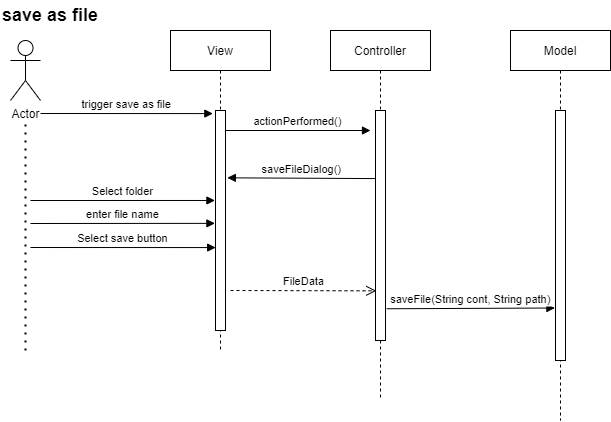
The draw.io diagram Laboration1/UML/design/saveAsFile.drawio.png in Johanced/2021-isgc08-Cederhag, before a commit. Source tidied: cells renumbered, new cells last; positions are measured from the earlier drawing's top-left corner, leaving out a move shared by most shapes. The source it was exported from:
```xml
<mxGraphModel>
  <root>
    <mxCell id="0" />
    <mxCell id="1" parent="0" />
    <mxCell id="2" value="Controller" style="shape=umlLifeline;perimeter=lifelinePerimeter;rounded=0;shadow=0;strokeWidth=1;" parent="1" vertex="1">
      <mxGeometry x="330" y="30" width="100" height="370" as="geometry" />
    </mxCell>
    <mxCell id="3" style="points=[];perimeter=orthogonalPerimeter;rounded=0;shadow=0;strokeWidth=1;" parent="2" vertex="1">
      <mxGeometry x="45" y="80" width="10" height="230" as="geometry" />
    </mxCell>
    <mxCell id="4" value="actionPerformed()" style="verticalAlign=bottom;endArrow=block;shadow=0;strokeWidth=1;" parent="2" edge="1">
      <mxGeometry relative="1" as="geometry">
        <mxPoint x="-105" y="100" as="sourcePoint" />
        <mxPoint x="40" y="100" as="targetPoint" />
      </mxGeometry>
    </mxCell>
    <mxCell id="5" value="enter file name" style="verticalAlign=bottom;endArrow=block;shadow=0;strokeWidth=1;entryX=-0.059;entryY=0.513;entryDx=0;entryDy=0;entryPerimeter=0;" parent="2" edge="1" target="12">
      <mxGeometry relative="1" as="geometry">
        <mxPoint x="-300" y="193" as="sourcePoint" />
      </mxGeometry>
    </mxCell>
    <mxCell id="6" value="Model" style="shape=umlLifeline;perimeter=lifelinePerimeter;rounded=0;shadow=0;strokeWidth=1;" parent="1" vertex="1">
      <mxGeometry x="510" y="30" width="100" height="390" as="geometry" />
    </mxCell>
    <mxCell id="7" style="points=[];perimeter=orthogonalPerimeter;rounded=0;shadow=0;strokeWidth=1;" parent="6" vertex="1">
      <mxGeometry x="45" y="80" width="10" height="250" as="geometry" />
    </mxCell>
    <mxCell id="8" value="saveFileDialog()" style="verticalAlign=bottom;endArrow=block;shadow=0;strokeWidth=1;entryX=1.183;entryY=0.306;entryDx=0;entryDy=0;entryPerimeter=0;exitX=0.01;exitY=0.296;exitDx=0;exitDy=0;exitPerimeter=0;" parent="1" edge="1" source="3" target="12">
      <mxGeometry relative="1" as="geometry" />
    </mxCell>
    <mxCell id="9" value="Actor" style="shape=umlActor;verticalLabelPosition=bottom;verticalAlign=top;html=1;" parent="1" vertex="1">
      <mxGeometry x="10" y="40" width="30" height="60" as="geometry" />
    </mxCell>
    <mxCell id="10" value="trigger save as file" style="verticalAlign=bottom;endArrow=block;entryX=-0.266;entryY=0.014;shadow=0;strokeWidth=1;entryDx=0;entryDy=0;entryPerimeter=0;" parent="1" edge="1" target="12">
      <mxGeometry relative="1" as="geometry">
        <mxPoint x="40" y="113" as="sourcePoint" />
      </mxGeometry>
    </mxCell>
    <mxCell id="11" value="View" style="shape=umlLifeline;perimeter=lifelinePerimeter;rounded=0;shadow=0;strokeWidth=1;" parent="1" vertex="1">
      <mxGeometry x="170" y="30" width="100" height="320" as="geometry" />
    </mxCell>
    <mxCell id="12" style="points=[];perimeter=orthogonalPerimeter;rounded=0;shadow=0;strokeWidth=1;" parent="11" vertex="1">
      <mxGeometry x="45" y="80" width="10" height="220" as="geometry" />
    </mxCell>
    <mxCell id="13" style="endArrow=none;dashed=1;html=1;dashPattern=1 3;strokeWidth=2;rounded=0;" parent="1" edge="1">
      <mxGeometry relative="1" as="geometry">
        <mxPoint x="25" y="350" as="sourcePoint" />
        <mxPoint x="25" y="120" as="targetPoint" />
      </mxGeometry>
    </mxCell>
    <mxCell id="14" value="Select folder" style="verticalAlign=bottom;endArrow=block;shadow=0;strokeWidth=1;entryX=-0.059;entryY=0.409;entryDx=0;entryDy=0;entryPerimeter=0;" parent="1" edge="1" target="12">
      <mxGeometry relative="1" as="geometry">
        <mxPoint x="30" y="200" as="sourcePoint" />
      </mxGeometry>
    </mxCell>
    <mxCell id="15" value="Select save button" style="verticalAlign=bottom;endArrow=block;shadow=0;strokeWidth=1;entryX=0.014;entryY=0.623;entryDx=0;entryDy=0;entryPerimeter=0;" parent="1" edge="1" target="12">
      <mxGeometry relative="1" as="geometry">
        <mxPoint x="30" y="247" as="sourcePoint" />
      </mxGeometry>
    </mxCell>
    <mxCell id="16" value="&lt;b&gt;save as file&lt;/b&gt;" style="text;html=1;strokeColor=none;fillColor=none;align=center;verticalAlign=middle;whiteSpace=wrap;rounded=0;fontSize=18;" parent="1" vertex="1">
      <mxGeometry width="100" height="30" as="geometry" />
    </mxCell>
    <mxCell id="17" value="FileData" style="html=1;verticalAlign=bottom;endArrow=open;dashed=1;endSize=8;rounded=0;entryX=0.079;entryY=0.784;entryDx=0;entryDy=0;entryPerimeter=0;" parent="1" edge="1" target="3">
      <mxGeometry relative="1" as="geometry">
        <mxPoint x="230" y="290" as="sourcePoint" />
      </mxGeometry>
    </mxCell>
    <mxCell id="18" value="saveFile(String cont, String path)" style="verticalAlign=bottom;endArrow=block;shadow=0;strokeWidth=1;entryX=-0.059;entryY=0.79;entryDx=0;entryDy=0;entryPerimeter=0;exitX=1.114;exitY=0.862;exitDx=0;exitDy=0;exitPerimeter=0;" parent="1" edge="1" source="3" target="7">
      <mxGeometry relative="1" as="geometry" />
    </mxCell>
  </root>
</mxGraphModel>
```
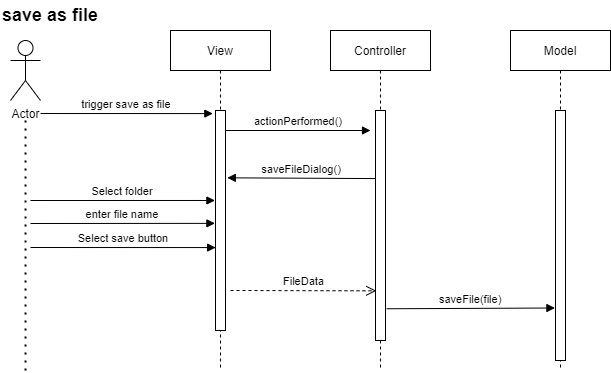
The same file after the commit.

Diff of the diagram source:
```diff
@@ -3,7 +3,7 @@
     <mxCell id="0" />
     <mxCell id="1" parent="0" />
     <mxCell id="2" value="Controller" style="shape=umlLifeline;perimeter=lifelinePerimeter;rounded=0;shadow=0;strokeWidth=1;" parent="1" vertex="1">
-      <mxGeometry x="330" y="30" width="100" height="370" as="geometry" />
+      <mxGeometry x="330" y="30" width="100" height="340" as="geometry" />
     </mxCell>
     <mxCell id="3" style="points=[];perimeter=orthogonalPerimeter;rounded=0;shadow=0;strokeWidth=1;" parent="2" vertex="1">
       <mxGeometry x="45" y="80" width="10" height="230" as="geometry" />
@@ -20,7 +20,7 @@
       </mxGeometry>
     </mxCell>
     <mxCell id="6" value="Model" style="shape=umlLifeline;perimeter=lifelinePerimeter;rounded=0;shadow=0;strokeWidth=1;" parent="1" vertex="1">
-      <mxGeometry x="510" y="30" width="100" height="390" as="geometry" />
+      <mxGeometry x="510" y="30" width="100" height="340" as="geometry" />
     </mxCell>
     <mxCell id="7" style="points=[];perimeter=orthogonalPerimeter;rounded=0;shadow=0;strokeWidth=1;" parent="6" vertex="1">
       <mxGeometry x="45" y="80" width="10" height="250" as="geometry" />
@@ -37,14 +37,14 @@
       </mxGeometry>
     </mxCell>
     <mxCell id="11" value="View" style="shape=umlLifeline;perimeter=lifelinePerimeter;rounded=0;shadow=0;strokeWidth=1;" parent="1" vertex="1">
-      <mxGeometry x="170" y="30" width="100" height="320" as="geometry" />
+      <mxGeometry x="170" y="30" width="100" height="340" as="geometry" />
     </mxCell>
     <mxCell id="12" style="points=[];perimeter=orthogonalPerimeter;rounded=0;shadow=0;strokeWidth=1;" parent="11" vertex="1">
       <mxGeometry x="45" y="80" width="10" height="220" as="geometry" />
     </mxCell>
     <mxCell id="13" style="endArrow=none;dashed=1;html=1;dashPattern=1 3;strokeWidth=2;rounded=0;" parent="1" edge="1">
       <mxGeometry relative="1" as="geometry">
-        <mxPoint x="25" y="350" as="sourcePoint" />
+        <mxPoint x="25" y="370" as="sourcePoint" />
         <mxPoint x="25" y="120" as="targetPoint" />
       </mxGeometry>
     </mxCell>
@@ -66,7 +66,7 @@
         <mxPoint x="230" y="290" as="sourcePoint" />
       </mxGeometry>
     </mxCell>
-    <mxCell id="18" value="saveFile(String cont, String path)" style="verticalAlign=bottom;endArrow=block;shadow=0;strokeWidth=1;entryX=-0.059;entryY=0.79;entryDx=0;entryDy=0;entryPerimeter=0;exitX=1.114;exitY=0.862;exitDx=0;exitDy=0;exitPerimeter=0;" parent="1" edge="1" source="3" target="7">
+    <mxCell id="18" value="saveFile(file)" style="verticalAlign=bottom;endArrow=block;shadow=0;strokeWidth=1;entryX=-0.059;entryY=0.79;entryDx=0;entryDy=0;entryPerimeter=0;exitX=1.114;exitY=0.862;exitDx=0;exitDy=0;exitPerimeter=0;" parent="1" edge="1" source="3" target="7">
       <mxGeometry relative="1" as="geometry" />
     </mxCell>
   </root>
```
